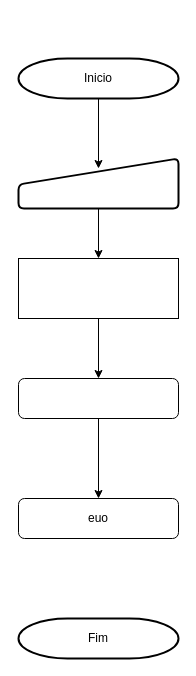
This is page "Page-1" (1 of 2) of Untitled Diagram.drawio from FL1229/FL12112911, a draw.io file, before an edit. Source tidied: cells renumbered, new cells numbered last; positions are measured from the earlier drawing's top-left corner, leaving out a move shared by most shapes. Both pictures are drawn from the tidied source at 100%, with x=0, y=0 at pixel (18, 58).
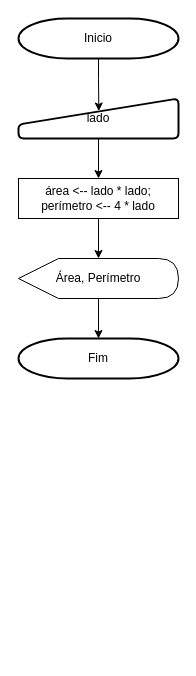
Above is the later version.

Change to the diagram source:
```diff
@@
 <mxGraphModel>
   <root>
     <mxCell id="0" />
     <mxCell id="1" parent="0" />
+    <mxCell id="12" style="edgeStyle=orthogonalEdgeStyle;rounded=0;jettySize=auto;html=1;entryX=0.502;entryY=0.313;entryDx=0;entryDy=0;entryPerimeter=0;" parent="1" edge="1" source="2" target="4">
+      <mxGeometry relative="1" as="geometry" />
+    </mxCell>
     <mxCell id="2" value="Inicio&lt;br&gt;" style="strokeWidth=2;html=1;shape=mxgraph.flowchart.terminator;whiteSpace=wrap;" parent="1" vertex="1">
-      <mxGeometry width="160" height="40" as="geometry" />
+      <mxGeometry y="-40" width="160" height="40" as="geometry" />
     </mxCell>
     <mxCell id="3" value="Fim&lt;br&gt;" style="strokeWidth=2;html=1;shape=mxgraph.flowchart.terminator;whiteSpace=wrap;" parent="1" vertex="1">
-      <mxGeometry y="560" width="160" height="40" as="geometry" />
+      <mxGeometry y="280" width="160" height="40" as="geometry" />
     </mxCell>
+    <mxCell id="13" style="edgeStyle=orthogonalEdgeStyle;rounded=0;jettySize=auto;html=1;" parent="1" edge="1" source="4" target="7">
+      <mxGeometry relative="1" as="geometry" />
+    </mxCell>
-    <mxCell id="4" style="html=1;strokeWidth=2;shape=manualInput;whiteSpace=wrap;rounded=1;size=26;arcSize=11;" parent="1" vertex="1">
-      <mxGeometry y="100" width="160" height="50" as="geometry" />
+    <mxCell id="4" value="lado&lt;br&gt;" style="html=1;strokeWidth=2;shape=manualInput;whiteSpace=wrap;rounded=1;size=26;arcSize=11;" parent="1" vertex="1">
+      <mxGeometry y="40" width="160" height="40" as="geometry" />
     </mxCell>
-    <mxCell id="5" style="endArrow=classic;html=1;exitX=0.5;exitY=1;exitDx=0;exitDy=0;exitPerimeter=0;" parent="1" edge="1" source="2">
-      <mxGeometry relative="1" as="geometry">
-        <mxPoint x="80" y="110" as="targetPoint" />
-      </mxGeometry>
-    </mxCell>
     <mxCell id="6" style="edgeStyle=orthogonalEdgeStyle;rounded=0;jettySize=auto;html=1;" parent="1" edge="1" source="7" target="11">
       <mxGeometry relative="1" as="geometry" />
     </mxCell>
-    <mxCell id="7" style="rounded=0;whiteSpace=wrap;html=1;" parent="1" vertex="1">
-      <mxGeometry y="200" width="160" height="60" as="geometry" />
+    <mxCell id="7" value="área &amp;lt;-- lado * lado;&lt;br&gt;perímetro &amp;lt;-- 4 * lado&lt;br&gt;" style="rounded=0;whiteSpace=wrap;html=1;" parent="1" vertex="1">
+      <mxGeometry y="120" width="160" height="40" as="geometry" />
     </mxCell>
-    <mxCell id="8" style="endArrow=classic;html=1;exitX=0.5;exitY=1;exitDx=0;exitDy=0;" parent="1" edge="1" source="4">
-      <mxGeometry relative="1" as="geometry">
-        <mxPoint x="80" y="200" as="targetPoint" />
-      </mxGeometry>
-    </mxCell>
-    <mxCell id="9" value="euo" style="rounded=1;whiteSpace=wrap;html=1;" parent="1" vertex="1">
-      <mxGeometry y="440" width="160" height="40" as="geometry" />
-    </mxCell>
-    <mxCell id="10" style="edgeStyle=orthogonalEdgeStyle;rounded=0;jettySize=auto;html=1;" parent="1" edge="1" source="11" target="9">
-      <mxGeometry relative="1" as="geometry" />
-    </mxCell>
+    <mxCell id="14" style="edgeStyle=orthogonalEdgeStyle;rounded=0;jettySize=auto;html=1;" parent="1" edge="1" source="11" target="3">
+      <mxGeometry relative="1" as="geometry" />
+    </mxCell>
-    <mxCell id="11" style="rounded=1;whiteSpace=wrap;html=1;" parent="1" vertex="1">
-      <mxGeometry y="320" width="160" height="40" as="geometry" />
+    <mxCell id="11" value="Área, Perímetro" style="shape=display;whiteSpace=wrap;html=1;fontFamily=Helvetica;fontSize=12;fontColor=#000000;align=center;strokeColor=#000000;fillColor=#ffffff;" parent="1" vertex="1">
+      <mxGeometry y="200" width="160" height="40" as="geometry" />
     </mxCell>
   </root>
 </mxGraphModel>
```
